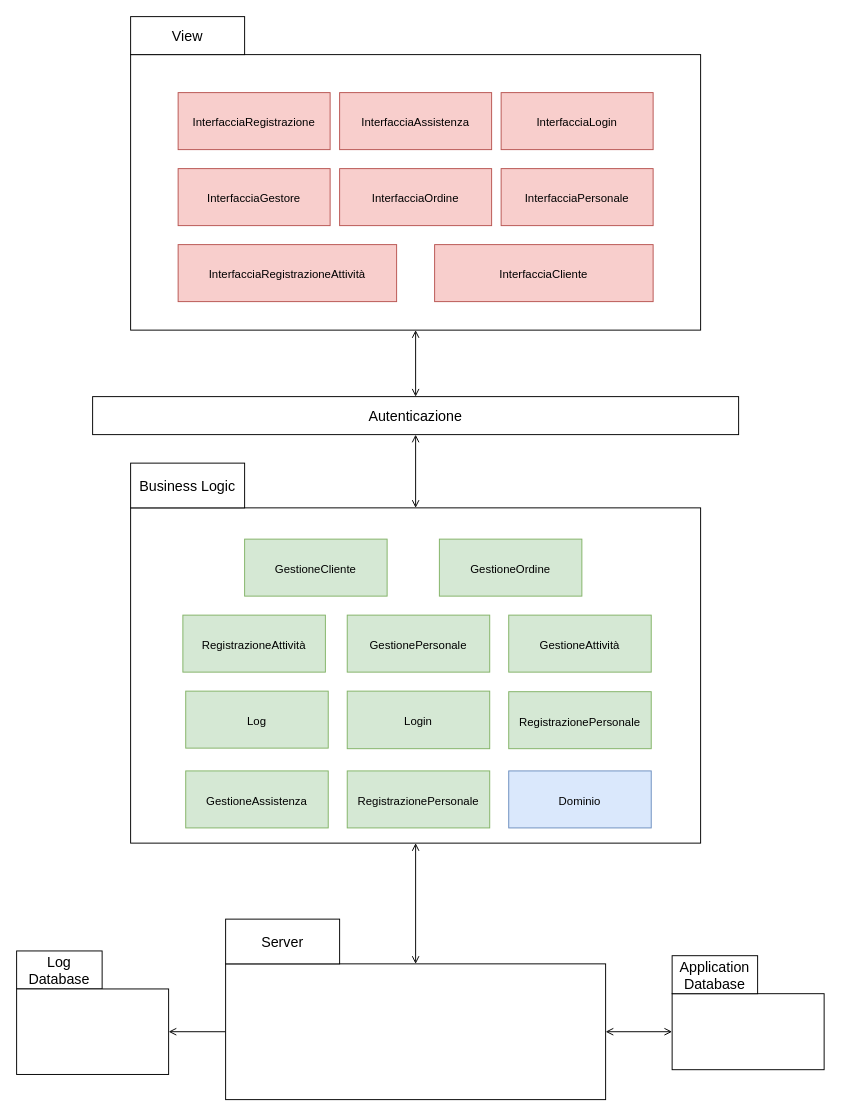
This is page "diagramma package" (1 of 2) of progettazione/Progettazione Architetturale.drawio from Marco-Burattoni/Progetto-ids, a draw.io file, before an edit. Source tidied: cells renumbered, new cells numbered last; positions are measured from the earlier drawing's top-left corner, leaving out a move shared by most shapes. Both pictures are drawn from the tidied source at 95%, with x=0, y=0 at pixel (16, 16).
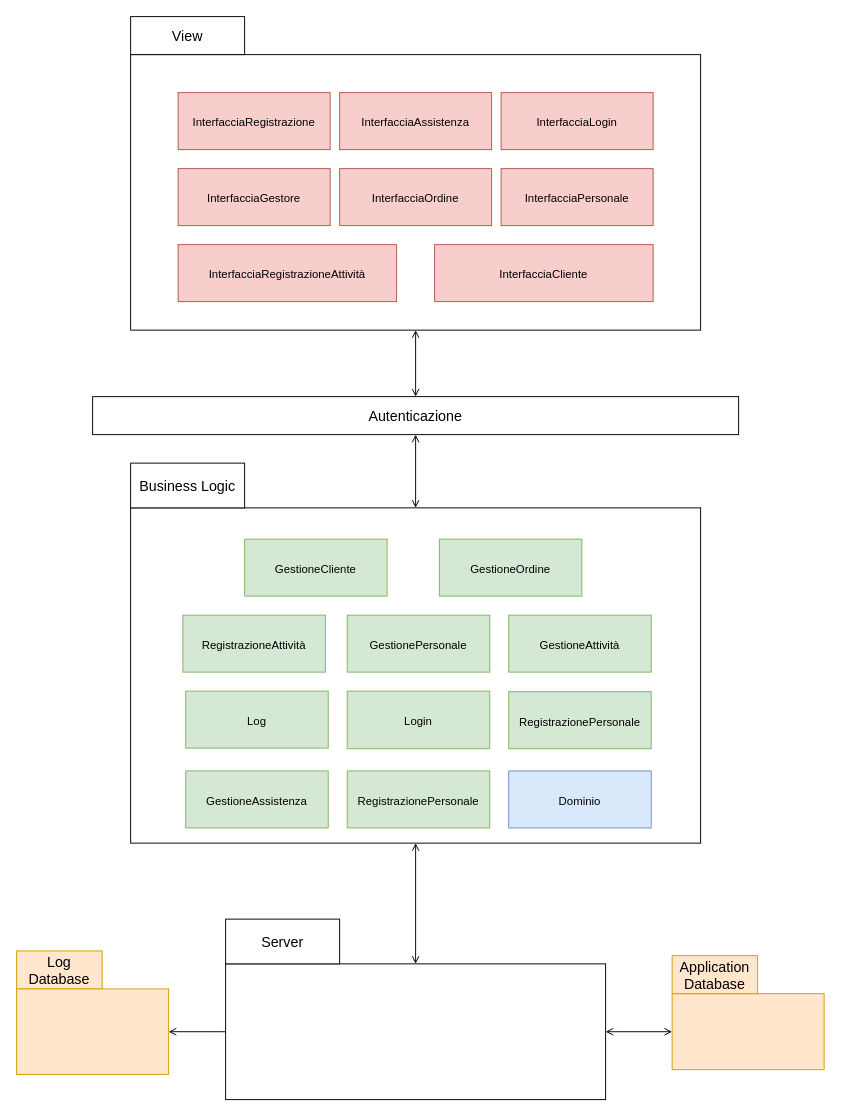
After the change.

What changed in the source:
```diff
@@
-    <mxCell id="34" value="Log Database" style="rounded=0;whiteSpace=wrap;html=1;fontSize=15;" parent="1" vertex="1">
+    <mxCell id="34" value="Log Database" style="rounded=0;whiteSpace=wrap;html=1;fontSize=15;fillColor=#ffe6cc;strokeColor=#d79b00;" parent="1" vertex="1">
       <mxGeometry y="983.5" width="90" height="40" as="geometry" />
     </mxCell>
-    <mxCell id="35" style="rounded=0;whiteSpace=wrap;html=1;fontSize=15;" parent="1" vertex="1">
+    <mxCell id="35" style="rounded=0;whiteSpace=wrap;html=1;fontSize=15;fillColor=#ffe6cc;strokeColor=#d79b00;" parent="1" vertex="1">
       <mxGeometry y="1023.5" width="160" height="90" as="geometry" />
     </mxCell>
-    <mxCell id="36" style="rounded=0;whiteSpace=wrap;html=1;fontSize=15;" parent="1" vertex="1">
+    <mxCell id="36" style="rounded=0;whiteSpace=wrap;html=1;fontSize=15;fillColor=#ffe6cc;strokeColor=#d79b00;" parent="1" vertex="1">
       <mxGeometry x="690" y="1028.5" width="160" height="80" as="geometry" />
     </mxCell>
-    <mxCell id="37" value="Application Database" style="rounded=0;whiteSpace=wrap;html=1;fontSize=15;" parent="1" vertex="1">
+    <mxCell id="37" value="Application Database" style="rounded=0;whiteSpace=wrap;html=1;fontSize=15;fillColor=#ffe6cc;strokeColor=#d79b00;" parent="1" vertex="1">
       <mxGeometry x="690" y="988.5" width="90" height="40" as="geometry" />
     </mxCell>
```
